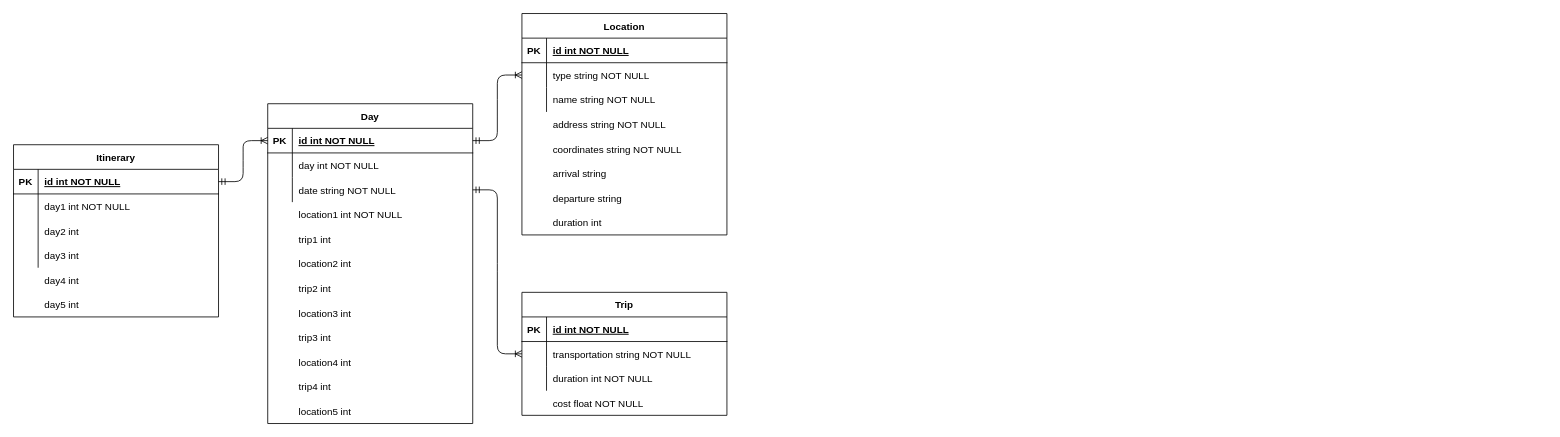
Earlier version of the draw.io diagram TravelPlanner.drawio (scalableinternetservices/travelPlanner). Source tidied: cells renumbered, new cells numbered last; positions are measured from the earlier drawing's top-left corner, leaving out a move shared by most shapes. Both pictures are drawn from the tidied source at 82%, with x=0, y=0 at pixel (13, 13).
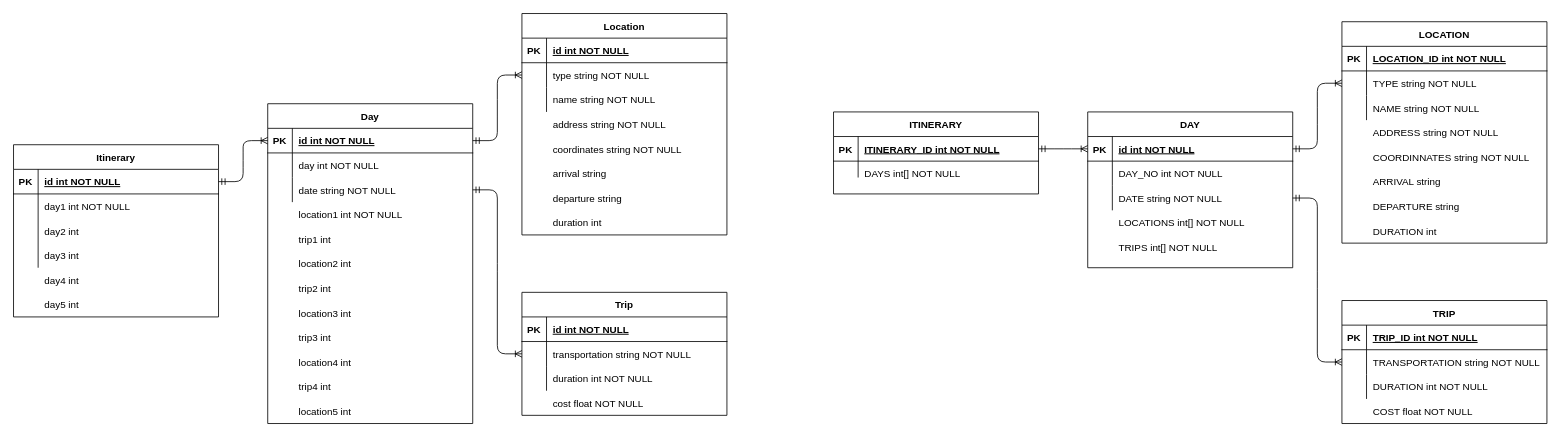
The same page after the edit.

The edit, as a diff of the source:
```diff
@@
+    <mxCell id="66" style="edgeStyle=entityRelationEdgeStyle;endArrow=ERoneToMany;startArrow=ERmandOne;endFill=0;startFill=0;rounded=1;" parent="1" edge="1" source="95" target="82">
+      <mxGeometry relative="1" as="geometry" />
+    </mxCell>
+    <mxCell id="67" style="edgeStyle=entityRelationEdgeStyle;fontSize=12;html=1;endArrow=ERoneToMany;startArrow=ERmandOne;exitX=1;exitY=0.5;exitDx=0;exitDy=0;entryX=0;entryY=0.5;entryDx=0;entryDy=0;" parent="1" edge="1" source="70" target="95">
+      <mxGeometry relative="1" as="geometry" />
+    </mxCell>
+    <mxCell id="68" style="group;" parent="1" vertex="1">
+      <mxGeometry x="1000" y="120" width="250" height="110" as="geometry" />
+    </mxCell>
+    <mxCell id="69" value="ITINERARY" style="shape=table;startSize=30;childLayout=tableLayout;rowLines=0;fontStyle=1;align=center;" parent="68" vertex="1">
+      <mxGeometry width="250" height="100" as="geometry" />
+    </mxCell>
+    <mxCell id="70" style="shape=partialRectangle;fillColor=none;points=[[0,0.5],[1,0.5]];portConstraint=eastwest;top=0;left=0;right=0;bottom=1;" parent="69" vertex="1">
+      <mxGeometry y="30" width="250" height="30" as="geometry" />
+    </mxCell>
+    <mxCell id="71" value="PK" style="shape=partialRectangle;overflow=hidden;fillColor=none;top=0;left=0;bottom=0;right=0;fontStyle=1;" parent="70" vertex="1">
+      <mxGeometry width="30" height="30" as="geometry" />
+    </mxCell>
+    <mxCell id="72" value="ITINERARY_ID int NOT NULL " style="shape=partialRectangle;overflow=hidden;fillColor=none;top=0;left=0;bottom=0;right=0;align=left;spacingLeft=6;fontStyle=5;" parent="70" vertex="1">
+      <mxGeometry x="30" width="220" height="30" as="geometry" />
+    </mxCell>
+    <mxCell id="73" style="shape=partialRectangle;fillColor=none;top=0;left=0;right=0;bottom=0;" parent="69" vertex="1">
+      <mxGeometry y="60" width="250" height="20" as="geometry" />
+    </mxCell>
+    <mxCell id="74" style="shape=partialRectangle;overflow=hidden;fillColor=none;top=0;left=0;bottom=0;right=0;" parent="73" vertex="1">
+      <mxGeometry width="30" height="20" as="geometry" />
+    </mxCell>
+    <mxCell id="75" style="shape=partialRectangle;overflow=hidden;fillColor=none;top=0;left=0;bottom=0;right=0;align=left;spacingLeft=6;" parent="73" vertex="1">
+      <mxGeometry x="30" width="220" height="20" as="geometry" />
+    </mxCell>
+    <mxCell id="76" value="DAYS int[] NOT NULL" style="shape=partialRectangle;overflow=hidden;fillColor=none;top=0;left=0;bottom=0;right=0;align=left;spacingLeft=6;" parent="68" vertex="1">
+      <mxGeometry x="30" y="60" width="220" height="30" as="geometry" />
+    </mxCell>
+    <mxCell id="77" style="group;" parent="1" vertex="1">
+      <mxGeometry x="1620" y="10" width="250" height="270" as="geometry" />
+    </mxCell>
+    <mxCell id="78" value="LOCATION" style="shape=table;startSize=30;childLayout=tableLayout;rowLines=0;fontStyle=1;align=center;" parent="77" vertex="1">
+      <mxGeometry width="250" height="270" as="geometry" />
+    </mxCell>
+    <mxCell id="79" style="shape=partialRectangle;fillColor=none;top=0;left=0;right=0;bottom=1;" parent="78" vertex="1">
+      <mxGeometry y="30" width="250" height="30" as="geometry" />
+    </mxCell>
+    <mxCell id="80" value="PK" style="shape=partialRectangle;overflow=hidden;fillColor=none;top=0;left=0;bottom=0;right=0;fontStyle=1;" parent="79" vertex="1">
+      <mxGeometry width="30" height="30" as="geometry" />
+    </mxCell>
+    <mxCell id="81" value="LOCATION_ID int NOT NULL " style="shape=partialRectangle;overflow=hidden;fillColor=none;top=0;left=0;bottom=0;right=0;align=left;spacingLeft=6;fontStyle=5;" parent="79" vertex="1">
+      <mxGeometry x="30" width="220" height="30" as="geometry" />
+    </mxCell>
+    <mxCell id="82" style="shape=partialRectangle;fillColor=none;points=[[0,0.5],[1,0.5]];portConstraint=eastwest;top=0;left=0;right=0;bottom=0;" parent="78" vertex="1">
+      <mxGeometry y="60" width="250" height="30" as="geometry" />
+    </mxCell>
+    <mxCell id="83" style="shape=partialRectangle;overflow=hidden;fillColor=none;top=0;left=0;bottom=0;right=0;" parent="82" vertex="1">
+      <mxGeometry width="30" height="30" as="geometry" />
+    </mxCell>
+    <mxCell id="84" value="TYPE string NOT NULL" style="shape=partialRectangle;overflow=hidden;fillColor=none;top=0;left=0;bottom=0;right=0;align=left;spacingLeft=6;" parent="82" vertex="1">
+      <mxGeometry x="30" width="220" height="30" as="geometry" />
+    </mxCell>
+    <mxCell id="85" style="shape=partialRectangle;fillColor=none;top=0;left=0;right=0;bottom=0;" parent="78" vertex="1">
+      <mxGeometry y="90" width="250" height="30" as="geometry" />
+    </mxCell>
+    <mxCell id="86" style="shape=partialRectangle;overflow=hidden;fillColor=none;top=0;left=0;bottom=0;right=0;" parent="85" vertex="1">
+      <mxGeometry width="30" height="30" as="geometry" />
+    </mxCell>
+    <mxCell id="87" value="NAME string NOT NULL" style="shape=partialRectangle;overflow=hidden;fillColor=none;top=0;left=0;bottom=0;right=0;align=left;spacingLeft=6;" parent="85" vertex="1">
+      <mxGeometry x="30" width="220" height="30" as="geometry" />
+    </mxCell>
+    <mxCell id="88" value="ADDRESS string NOT NULL" style="shape=partialRectangle;overflow=hidden;fillColor=none;top=0;left=0;bottom=0;right=0;align=left;spacingLeft=6;" parent="77" vertex="1">
+      <mxGeometry x="30" y="120" width="220" height="30" as="geometry" />
+    </mxCell>
+    <mxCell id="89" value="COORDINNATES string NOT NULL" style="shape=partialRectangle;overflow=hidden;fillColor=none;top=0;left=0;bottom=0;right=0;align=left;spacingLeft=6;" parent="77" vertex="1">
+      <mxGeometry x="30" y="150" width="220" height="30" as="geometry" />
+    </mxCell>
+    <mxCell id="90" value="DEPARTURE string" style="shape=partialRectangle;overflow=hidden;fillColor=none;top=0;left=0;bottom=0;right=0;align=left;spacingLeft=6;" parent="77" vertex="1">
+      <mxGeometry x="30" y="210" width="220" height="30" as="geometry" />
+    </mxCell>
+    <mxCell id="91" value="ARRIVAL string" style="shape=partialRectangle;overflow=hidden;fillColor=none;top=0;left=0;bottom=0;right=0;align=left;spacingLeft=6;" parent="77" vertex="1">
+      <mxGeometry x="30" y="180" width="220" height="30" as="geometry" />
+    </mxCell>
+    <mxCell id="92" value="DURATION int" style="shape=partialRectangle;overflow=hidden;fillColor=none;top=0;left=0;bottom=0;right=0;align=left;spacingLeft=6;" parent="77" vertex="1">
+      <mxGeometry x="30" y="240" width="220" height="30" as="geometry" />
+    </mxCell>
+    <mxCell id="93" style="group;" parent="1" vertex="1">
+      <mxGeometry x="1310" y="120" width="250" height="390" as="geometry" />
+    </mxCell>
+    <mxCell id="94" value="DAY" style="shape=table;startSize=30;childLayout=tableLayout;rowLines=0;fontStyle=1;align=center;" parent="93" vertex="1">
+      <mxGeometry width="250" height="190" as="geometry" />
+    </mxCell>
+    <mxCell id="95" style="shape=partialRectangle;fillColor=none;points=[[0,0.5],[1,0.5]];portConstraint=eastwest;top=0;left=0;right=0;bottom=1;" parent="94" vertex="1">
+      <mxGeometry y="30" width="250" height="30" as="geometry" />
+    </mxCell>
+    <mxCell id="96" value="PK" style="shape=partialRectangle;overflow=hidden;fillColor=none;top=0;left=0;bottom=0;right=0;fontStyle=1;" parent="95" vertex="1">
+      <mxGeometry width="30" height="30" as="geometry" />
+    </mxCell>
+    <mxCell id="97" value="id int NOT NULL " style="shape=partialRectangle;overflow=hidden;fillColor=none;top=0;left=0;bottom=0;right=0;align=left;spacingLeft=6;fontStyle=5;" parent="95" vertex="1">
+      <mxGeometry x="30" width="220" height="30" as="geometry" />
+    </mxCell>
+    <mxCell id="98" style="shape=partialRectangle;fillColor=none;top=0;left=0;right=0;bottom=0;" parent="94" vertex="1">
+      <mxGeometry y="60" width="250" height="30" as="geometry" />
+    </mxCell>
+    <mxCell id="99" style="shape=partialRectangle;overflow=hidden;fillColor=none;top=0;left=0;bottom=0;right=0;" parent="98" vertex="1">
+      <mxGeometry width="30" height="30" as="geometry" />
+    </mxCell>
+    <mxCell id="100" value="DAY_NO int NOT NULL" style="shape=partialRectangle;overflow=hidden;fillColor=none;top=0;left=0;bottom=0;right=0;align=left;spacingLeft=6;" parent="98" vertex="1">
+      <mxGeometry x="30" width="220" height="30" as="geometry" />
+    </mxCell>
+    <mxCell id="101" style="shape=partialRectangle;fillColor=none;points=[[0,0.5],[1,0.5]];portConstraint=eastwest;top=0;left=0;right=0;bottom=0;" parent="94" vertex="1">
+      <mxGeometry y="90" width="250" height="30" as="geometry" />
+    </mxCell>
+    <mxCell id="102" style="shape=partialRectangle;overflow=hidden;fillColor=none;top=0;left=0;bottom=0;right=0;" parent="101" vertex="1">
+      <mxGeometry width="30" height="30" as="geometry" />
+    </mxCell>
+    <mxCell id="103" value="DATE string NOT NULL" style="shape=partialRectangle;overflow=hidden;fillColor=none;top=0;left=0;bottom=0;right=0;align=left;spacingLeft=6;" parent="101" vertex="1">
+      <mxGeometry x="30" width="220" height="30" as="geometry" />
+    </mxCell>
+    <mxCell id="104" value="LOCATIONS int[] NOT NULL" style="shape=partialRectangle;overflow=hidden;fillColor=none;top=0;left=0;bottom=0;right=0;align=left;spacingLeft=6;" parent="93" vertex="1">
+      <mxGeometry x="30" y="120" width="220" height="30" as="geometry" />
+    </mxCell>
+    <mxCell id="105" value="TRIPS int[] NOT NULL" style="shape=partialRectangle;overflow=hidden;fillColor=none;top=0;left=0;bottom=0;right=0;align=left;spacingLeft=6;" parent="93" vertex="1">
+      <mxGeometry x="30" y="150" width="220" height="30" as="geometry" />
+    </mxCell>
+    <mxCell id="106" style="group;" parent="1" vertex="1">
+      <mxGeometry x="1620" y="350" width="250" height="150" as="geometry" />
+    </mxCell>
+    <mxCell id="107" value="TRIP" style="shape=table;startSize=30;childLayout=tableLayout;rowLines=0;fontStyle=1;align=center;" parent="106" vertex="1">
+      <mxGeometry width="250" height="150" as="geometry" />
+    </mxCell>
+    <mxCell id="108" style="shape=partialRectangle;fillColor=none;top=0;left=0;right=0;bottom=1;" parent="107" vertex="1">
+      <mxGeometry y="30" width="250" height="30" as="geometry" />
+    </mxCell>
+    <mxCell id="109" value="PK" style="shape=partialRectangle;overflow=hidden;fillColor=none;top=0;left=0;bottom=0;right=0;fontStyle=1;" parent="108" vertex="1">
+      <mxGeometry width="30" height="30" as="geometry" />
+    </mxCell>
+    <mxCell id="110" value="TRIP_ID int NOT NULL " style="shape=partialRectangle;overflow=hidden;fillColor=none;top=0;left=0;bottom=0;right=0;align=left;spacingLeft=6;fontStyle=5;" parent="108" vertex="1">
+      <mxGeometry x="30" width="220" height="30" as="geometry" />
+    </mxCell>
+    <mxCell id="111" style="shape=partialRectangle;fillColor=none;points=[[0,0.5],[1,0.5]];portConstraint=eastwest;top=0;left=0;right=0;bottom=0;" parent="107" vertex="1">
+      <mxGeometry y="60" width="250" height="30" as="geometry" />
+    </mxCell>
+    <mxCell id="112" style="shape=partialRectangle;overflow=hidden;fillColor=none;top=0;left=0;bottom=0;right=0;" parent="111" vertex="1">
+      <mxGeometry width="30" height="30" as="geometry" />
+    </mxCell>
+    <mxCell id="113" value="TRANSPORTATION string NOT NULL" style="shape=partialRectangle;overflow=hidden;fillColor=none;top=0;left=0;bottom=0;right=0;align=left;spacingLeft=6;" parent="111" vertex="1">
+      <mxGeometry x="30" width="220" height="30" as="geometry" />
+    </mxCell>
+    <mxCell id="114" style="shape=partialRectangle;fillColor=none;top=0;left=0;right=0;bottom=0;" parent="107" vertex="1">
+      <mxGeometry y="90" width="250" height="30" as="geometry" />
+    </mxCell>
+    <mxCell id="115" style="shape=partialRectangle;overflow=hidden;fillColor=none;top=0;left=0;bottom=0;right=0;" parent="114" vertex="1">
+      <mxGeometry width="30" height="30" as="geometry" />
+    </mxCell>
+    <mxCell id="116" value="DURATION int NOT NULL" style="shape=partialRectangle;overflow=hidden;fillColor=none;top=0;left=0;bottom=0;right=0;align=left;spacingLeft=6;" parent="114" vertex="1">
+      <mxGeometry x="30" width="220" height="30" as="geometry" />
+    </mxCell>
+    <mxCell id="117" value="COST float NOT NULL" style="shape=partialRectangle;overflow=hidden;fillColor=none;top=0;left=0;bottom=0;right=0;align=left;spacingLeft=6;" parent="106" vertex="1">
+      <mxGeometry x="30" y="120" width="220" height="30" as="geometry" />
+    </mxCell>
+    <mxCell id="118" style="edgeStyle=entityRelationEdgeStyle;endArrow=ERoneToMany;startArrow=ERmandOne;endFill=0;startFill=0;rounded=1;exitX=1;exitY=0.5;exitDx=0;exitDy=0;entryX=0;entryY=0.5;entryDx=0;entryDy=0;" parent="1" edge="1" source="101" target="111">
+      <mxGeometry relative="1" as="geometry" />
+    </mxCell>
```
